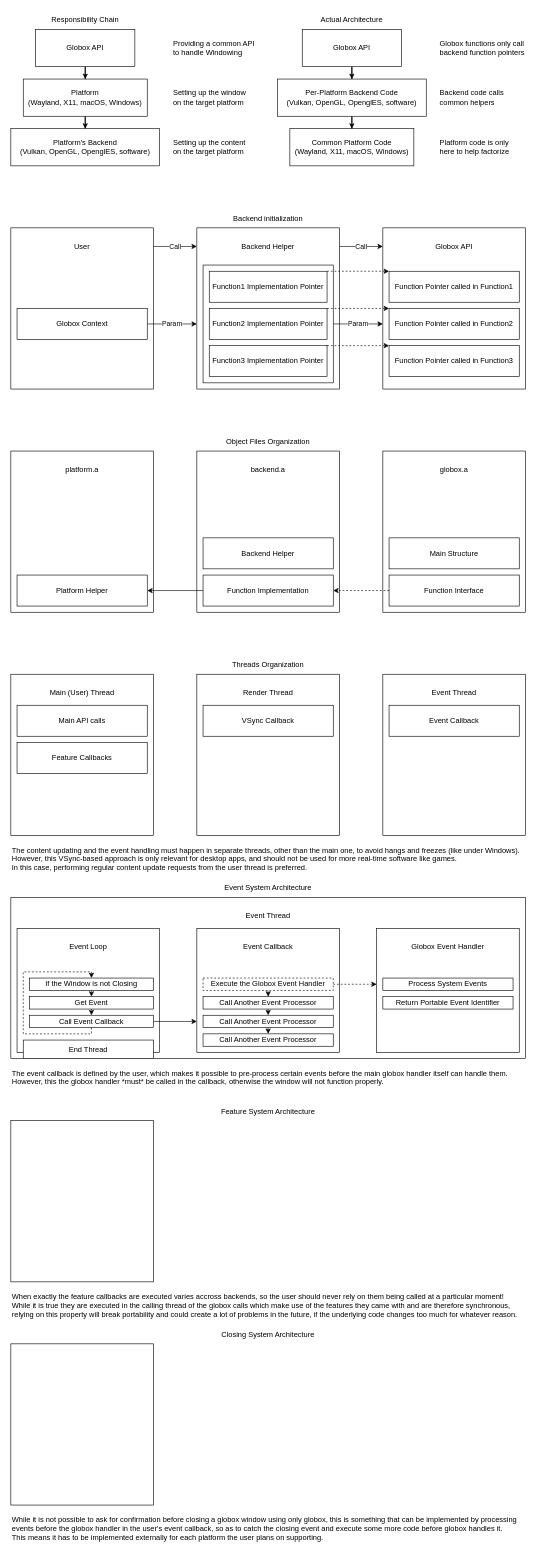
Above: doc/globox_design.drawio in nullgemm/globuf (draw.io), before the change. Source tidied: cells renumbered, new cells numbered last; positions are measured from the earlier drawing's top-left corner, leaving out a move shared by most shapes. Both pictures are drawn from the tidied source at 62%, with x=0, y=0 at pixel (11, 11).
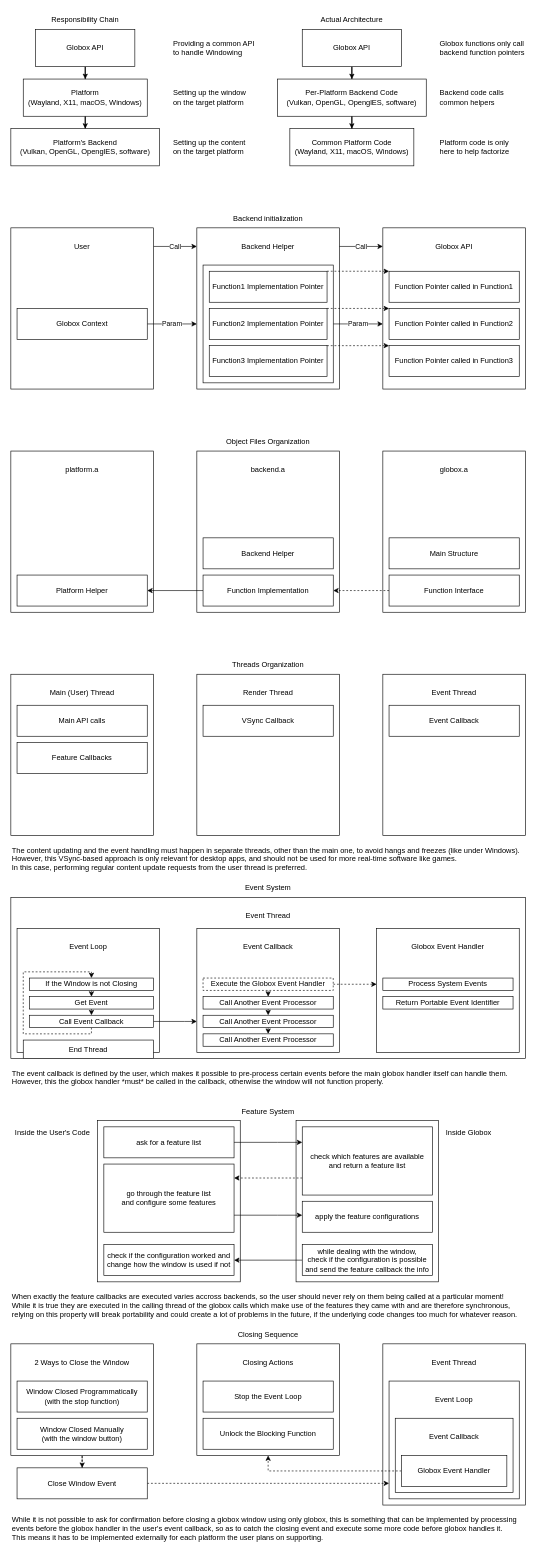
The same page after the edit.

Commit message:
update the diagram with feature & close diagrams

Change to the diagram source:
```diff
@@
+    <mxCell id="102" style="rounded=0;whiteSpace=wrap;html=1;" parent="1" vertex="1">
+      <mxGeometry x="460" y="1790" width="230" height="260" as="geometry" />
+    </mxCell>
+    <mxCell id="103" style="rounded=0;whiteSpace=wrap;html=1;" parent="1" vertex="1">
+      <mxGeometry x="300" y="2150" width="230" height="180" as="geometry" />
+    </mxCell>
+    <mxCell id="104" style="edgeStyle=orthogonalEdgeStyle;rounded=0;jettySize=auto;html=1;dashed=1;" parent="1" edge="1" source="105" target="112">
+      <mxGeometry relative="1" as="geometry" />
+    </mxCell>
+    <mxCell id="105" style="rounded=0;whiteSpace=wrap;html=1;" parent="1" vertex="1">
+      <mxGeometry y="2150" width="230" height="180" as="geometry" />
+    </mxCell>
@@
-    <mxCell id="68" value="Event System Architecture&lt;br&gt;" style="text;html=1;strokeColor=none;fillColor=none;align=center;verticalAlign=middle;whiteSpace=wrap;rounded=0;" parent="1" vertex="1">
+    <mxCell id="68" value="Event System" style="text;html=1;strokeColor=none;fillColor=none;align=center;verticalAlign=middle;whiteSpace=wrap;rounded=0;" parent="1" vertex="1">
       <mxGeometry y="1400" width="830" height="30" as="geometry" />
     </mxCell>
@@
-    <mxCell id="95" value="Feature System Architecture" style="text;html=1;strokeColor=none;fillColor=none;align=center;verticalAlign=middle;whiteSpace=wrap;rounded=0;" parent="1" vertex="1">
+    <mxCell id="95" value="Feature System" style="text;html=1;strokeColor=none;fillColor=none;align=center;verticalAlign=middle;whiteSpace=wrap;rounded=0;" parent="1" vertex="1">
       <mxGeometry y="1760" width="830" height="30" as="geometry" />
     </mxCell>
     <mxCell id="96" style="rounded=0;whiteSpace=wrap;html=1;" parent="1" vertex="1">
-      <mxGeometry y="1790" width="230" height="260" as="geometry" />
+      <mxGeometry x="140" y="1790" width="230" height="260" as="geometry" />
     </mxCell>
-    <mxCell id="97" value="Closing System Architecture" style="text;html=1;strokeColor=none;fillColor=none;align=center;verticalAlign=middle;whiteSpace=wrap;rounded=0;" parent="1" vertex="1">
+    <mxCell id="97" value="Closing Sequence" style="text;html=1;strokeColor=none;fillColor=none;align=center;verticalAlign=middle;whiteSpace=wrap;rounded=0;" parent="1" vertex="1">
       <mxGeometry y="2120" width="830" height="30" as="geometry" />
     </mxCell>
-    <mxCell id="98" style="rounded=0;whiteSpace=wrap;html=1;" parent="1" vertex="1">
-      <mxGeometry y="2150" width="230" height="260" as="geometry" />
-    </mxCell>
@@
+    <mxCell id="106" value="Window Closed Programmatically&lt;br&gt;(with the stop function)" style="rounded=0;whiteSpace=wrap;html=1;" parent="1" vertex="1">
+      <mxGeometry x="10" y="2210" width="210" height="50" as="geometry" />
+    </mxCell>
+    <mxCell id="107" value="Window Closed Manually&lt;br&gt;(with the window button)" style="rounded=0;whiteSpace=wrap;html=1;" parent="1" vertex="1">
+      <mxGeometry x="10" y="2270" width="210" height="50" as="geometry" />
+    </mxCell>
+    <mxCell id="108" style="rounded=0;whiteSpace=wrap;html=1;" parent="1" vertex="1">
+      <mxGeometry x="600" y="2150" width="230" height="260" as="geometry" />
+    </mxCell>
+    <mxCell id="109" style="rounded=0;whiteSpace=wrap;html=1;" parent="1" vertex="1">
+      <mxGeometry x="610" y="2210" width="210" height="190" as="geometry" />
+    </mxCell>
+    <mxCell id="110" value="Event Thread" style="text;html=1;strokeColor=none;fillColor=none;align=center;verticalAlign=middle;whiteSpace=wrap;rounded=0;" parent="1" vertex="1">
+      <mxGeometry x="610" y="2160" width="210" height="40" as="geometry" />
+    </mxCell>
+    <mxCell id="111" style="edgeStyle=orthogonalEdgeStyle;rounded=0;jettySize=auto;html=1;dashed=1;" parent="1" edge="1" source="112" target="109">
+      <mxGeometry relative="1" as="geometry">
+        <Array as="points">
+          <mxPoint x="520" y="2375" />
+          <mxPoint x="520" y="2375" />
+        </Array>
+      </mxGeometry>
+    </mxCell>
+    <mxCell id="112" value="Close Window Event" style="rounded=0;whiteSpace=wrap;html=1;" parent="1" vertex="1">
+      <mxGeometry x="10" y="2350" width="210" height="50" as="geometry" />
+    </mxCell>
+    <mxCell id="113" value="2 Ways to Close the Window" style="text;html=1;strokeColor=none;fillColor=none;align=center;verticalAlign=middle;whiteSpace=wrap;rounded=0;" parent="1" vertex="1">
+      <mxGeometry x="10" y="2160" width="210" height="40" as="geometry" />
+    </mxCell>
+    <mxCell id="114" value="Closing Actions" style="text;html=1;strokeColor=none;fillColor=none;align=center;verticalAlign=middle;whiteSpace=wrap;rounded=0;" parent="1" vertex="1">
+      <mxGeometry x="310" y="2160" width="210" height="40" as="geometry" />
+    </mxCell>
+    <mxCell id="115" style="rounded=0;whiteSpace=wrap;html=1;" parent="1" vertex="1">
+      <mxGeometry x="620" y="2270" width="190" height="120" as="geometry" />
+    </mxCell>
+    <mxCell id="116" value="Event Loop" style="text;html=1;strokeColor=none;fillColor=none;align=center;verticalAlign=middle;whiteSpace=wrap;rounded=0;" parent="1" vertex="1">
+      <mxGeometry x="620" y="2220" width="190" height="40" as="geometry" />
+    </mxCell>
+    <mxCell id="117" value="Event Callback" style="text;html=1;strokeColor=none;fillColor=none;align=center;verticalAlign=middle;whiteSpace=wrap;rounded=0;" parent="1" vertex="1">
+      <mxGeometry x="630" y="2280" width="170" height="40" as="geometry" />
+    </mxCell>
+    <mxCell id="118" style="edgeStyle=orthogonalEdgeStyle;rounded=0;jettySize=auto;html=1;entryX=0.5;entryY=1;entryDx=0;entryDy=0;dashed=1;" parent="1" edge="1" source="119" target="103">
+      <mxGeometry relative="1" as="geometry" />
+    </mxCell>
+    <mxCell id="119" value="Globox Event Handler" style="rounded=0;whiteSpace=wrap;html=1;" parent="1" vertex="1">
+      <mxGeometry x="630" y="2330" width="170" height="50" as="geometry" />
+    </mxCell>
+    <mxCell id="120" value="Stop the Event Loop" style="rounded=0;whiteSpace=wrap;html=1;" parent="1" vertex="1">
+      <mxGeometry x="310" y="2210" width="210" height="50" as="geometry" />
+    </mxCell>
+    <mxCell id="121" value="Unlock the Blocking Function" style="rounded=0;whiteSpace=wrap;html=1;" parent="1" vertex="1">
+      <mxGeometry x="310" y="2270" width="210" height="50" as="geometry" />
+    </mxCell>
+    <mxCell id="122" style="edgeStyle=orthogonalEdgeStyle;rounded=0;jettySize=auto;html=1;" parent="1" edge="1" source="123" target="125">
+      <mxGeometry relative="1" as="geometry">
+        <Array as="points">
+          <mxPoint x="430" y="1825" />
+          <mxPoint x="430" y="1825" />
+        </Array>
+      </mxGeometry>
+    </mxCell>
+    <mxCell id="123" value="ask for a feature list" style="rounded=0;whiteSpace=wrap;html=1;" parent="1" vertex="1">
+      <mxGeometry x="150" y="1800" width="210" height="50" as="geometry" />
+    </mxCell>
+    <mxCell id="124" style="edgeStyle=orthogonalEdgeStyle;rounded=0;jettySize=auto;html=1;exitX=0;exitY=0.75;exitDx=0;exitDy=0;dashed=1;" parent="1" edge="1" source="125" target="127">
+      <mxGeometry relative="1" as="geometry">
+        <Array as="points">
+          <mxPoint x="380" y="1883" />
+          <mxPoint x="380" y="1883" />
+        </Array>
+      </mxGeometry>
+    </mxCell>
+    <mxCell id="125" value="check which features are available&lt;br&gt;and return a feature list" style="rounded=0;whiteSpace=wrap;html=1;" parent="1" vertex="1">
+      <mxGeometry x="470" y="1800" width="210" height="110" as="geometry" />
+    </mxCell>
+    <mxCell id="126" style="edgeStyle=orthogonalEdgeStyle;rounded=0;jettySize=auto;html=1;exitX=1;exitY=0.75;exitDx=0;exitDy=0;" parent="1" edge="1" source="127" target="128">
+      <mxGeometry relative="1" as="geometry">
+        <Array as="points">
+          <mxPoint x="430" y="1943" />
+          <mxPoint x="430" y="1943" />
+        </Array>
+      </mxGeometry>
+    </mxCell>
+    <mxCell id="127" value="go through the feature list&lt;br&gt;and configure some features" style="rounded=0;whiteSpace=wrap;html=1;" parent="1" vertex="1">
+      <mxGeometry x="150" y="1860" width="210" height="110" as="geometry" />
+    </mxCell>
+    <mxCell id="128" value="apply the feature configurations" style="rounded=0;whiteSpace=wrap;html=1;" parent="1" vertex="1">
+      <mxGeometry x="470" y="1920" width="210" height="50" as="geometry" />
+    </mxCell>
+    <mxCell id="129" value="check if the configuration worked and change how the window is used if not" style="rounded=0;whiteSpace=wrap;html=1;" parent="1" vertex="1">
+      <mxGeometry x="150" y="1990" width="210" height="50" as="geometry" />
+    </mxCell>
+    <mxCell id="130" style="edgeStyle=orthogonalEdgeStyle;rounded=0;jettySize=auto;html=1;" parent="1" edge="1" source="131" target="129">
+      <mxGeometry relative="1" as="geometry" />
+    </mxCell>
+    <mxCell id="131" value="while dealing with the window,&lt;br&gt;check if the configuration is possible&lt;br&gt;and send the feature callback the info" style="rounded=0;whiteSpace=wrap;html=1;" parent="1" vertex="1">
+      <mxGeometry x="470" y="1990" width="210" height="50" as="geometry" />
+    </mxCell>
+    <mxCell id="132" value="Inside the User's Code" style="text;html=1;strokeColor=none;fillColor=none;align=right;verticalAlign=middle;whiteSpace=wrap;rounded=0;" parent="1" vertex="1">
+      <mxGeometry y="1790" width="130" height="40" as="geometry" />
+    </mxCell>
+    <mxCell id="133" value="Inside Globox" style="text;html=1;strokeColor=none;fillColor=none;align=left;verticalAlign=middle;whiteSpace=wrap;rounded=0;" parent="1" vertex="1">
+      <mxGeometry x="700" y="1790" width="130" height="40" as="geometry" />
+    </mxCell>
```
